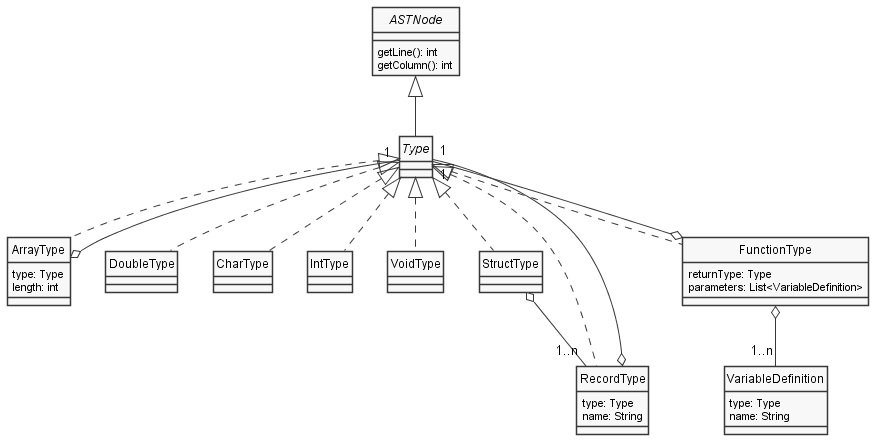
Diecaal/Elixir-Compiler keeps this PlantUML diagram as docs/diagrams/Types.png. Above is the earlier version.
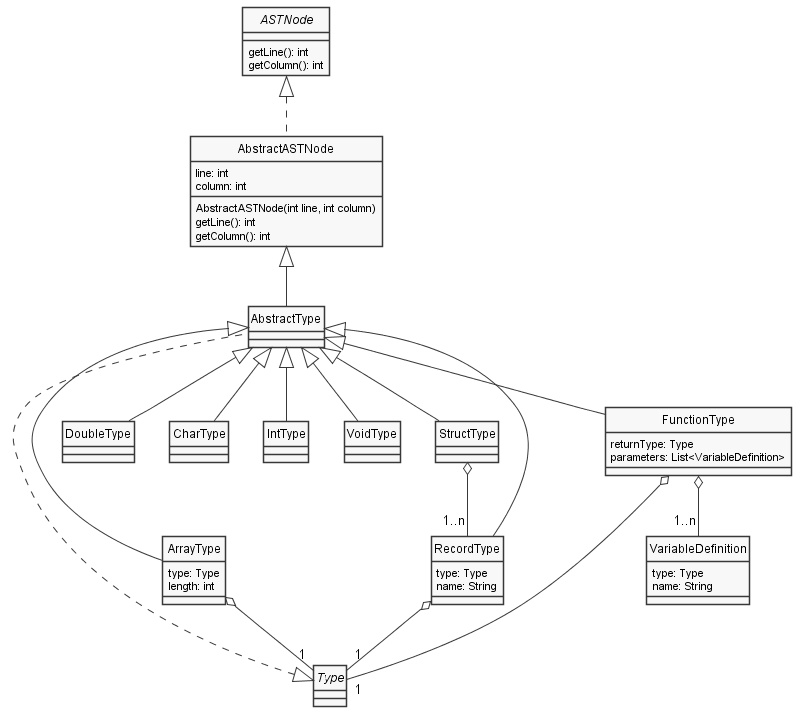
Above is the later version.

Commit message:
Abstract Type/Statements fix

Diff of the diagram source:
```diff
@@ -7,7 +7,19 @@
     getColumn(): int
 }
 
+class AbstractASTNode {
+    AbstractASTNode(int line, int column)
+    getLine(): int
+    getColumn(): int
+    line: int
+    column: int
+}
+
 interface Type
+
+class AbstractType {
+
+}
 
 class ArrayType {
     type: Type
@@ -49,16 +61,20 @@
     name: String
 }
 
-ASTNode <|-- Type
+ASTNode <|.. AbstractASTNode
 
-Type <|.. ArrayType
-Type <|.. DoubleType
-Type <|.. CharType
-Type <|.. IntType
-Type <|.. VoidType
-Type <|.. StructType
-Type <|.. RecordType
-Type <|.. FunctionType
+AbstractASTNode <|-- AbstractType
+
+Type <|.. AbstractType
+
+AbstractType <|-- ArrayType
+AbstractType <|-- DoubleType
+AbstractType <|-- CharType
+AbstractType <|-- IntType
+AbstractType <|-- VoidType
+AbstractType <|-- StructType
+AbstractType <|-- RecordType
+AbstractType <|-- FunctionType
 
 ArrayType o-- "1" Type
 RecordType o-- "1" Type
```
